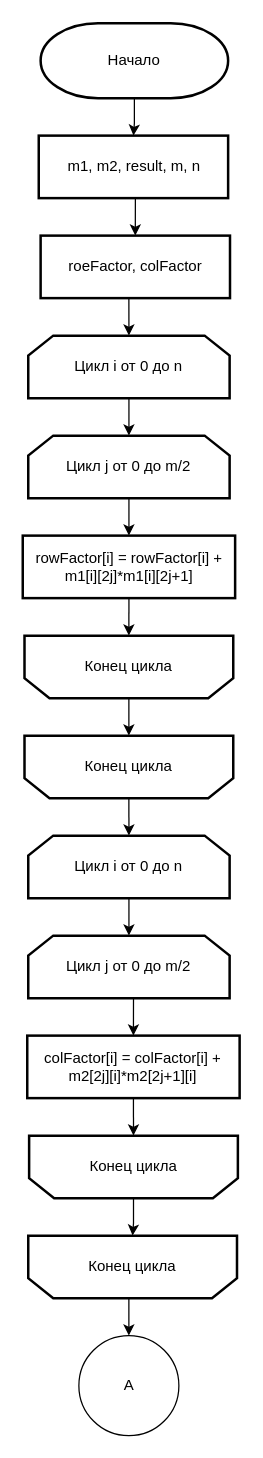
This is page "Страница 1" (1 of 3) of Лаб2/Отчет/src/vino1.drawio from seregadanser/BMSTU_AA_Labs, a draw.io file, before an edit. Source tidied: cells renumbered, new cells numbered last; positions are measured from the earlier drawing's top-left corner, leaving out a move shared by most shapes. Both pictures are drawn from the tidied source at 125%, with x=0, y=0 at pixel (22, 22).
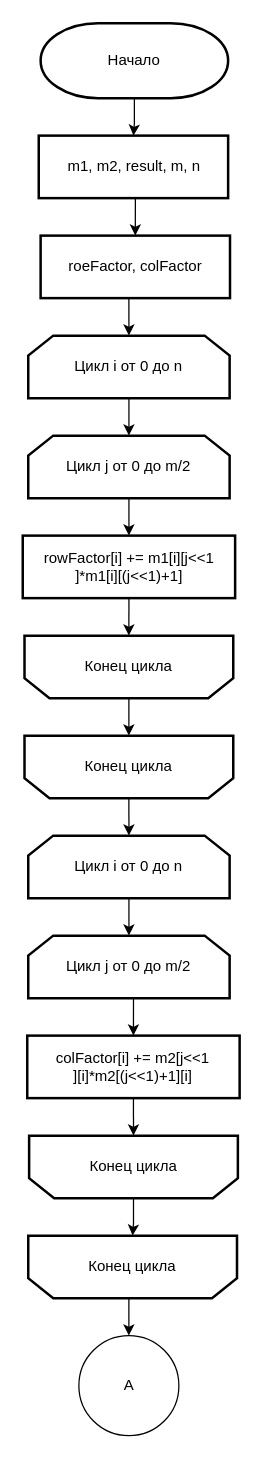
Above is the later version.

The edit, as a diff of the source:
```diff
@@
-    <mxCell id="16" value="rowFactor[i] = rowFactor[i] + m1[i][2j]*m1[i][2j+1]" style="rounded=0;whiteSpace=wrap;html=1;absoluteArcSize=1;arcSize=14;strokeWidth=2;" parent="1" vertex="1">
+    <mxCell id="16" value="rowFactor[i] += m1[i][j&amp;lt;&amp;lt;1&lt;br&gt;]*m1[i][(j&amp;lt;&amp;lt;1)+1]" style="rounded=0;whiteSpace=wrap;html=1;absoluteArcSize=1;arcSize=14;strokeWidth=2;" parent="1" vertex="1">
       <mxGeometry x="-0.3" y="410" width="169.9" height="50" as="geometry" />
     </mxCell>
@@
-    <mxCell id="26" value="colFactor[i] = colFactor[i] + m2[2j][i]*m2[2j+1][i]" style="rounded=0;whiteSpace=wrap;html=1;absoluteArcSize=1;arcSize=14;strokeWidth=2;" parent="1" vertex="1">
+    <mxCell id="26" value="colFactor[i] +=&amp;nbsp;m2[j&amp;lt;&amp;lt;1&lt;br&gt;][i]*m2[(j&amp;lt;&amp;lt;1)+1][i]" style="rounded=0;whiteSpace=wrap;html=1;absoluteArcSize=1;arcSize=14;strokeWidth=2;" parent="1" vertex="1">
       <mxGeometry x="3.3" y="810" width="169.9" height="50" as="geometry" />
     </mxCell>
```
